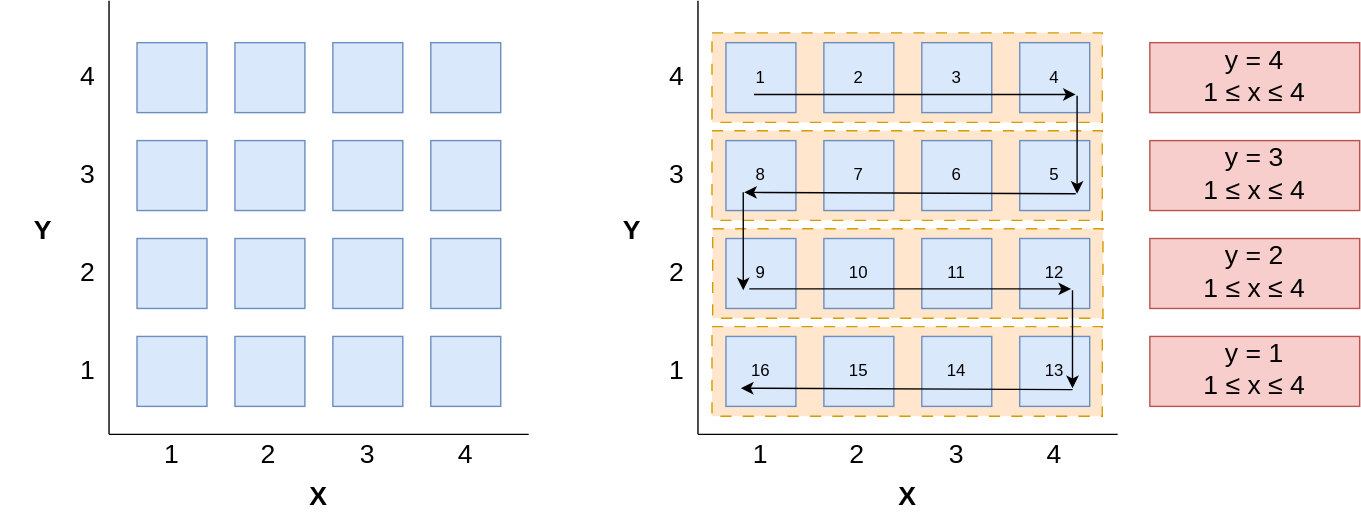
Earlier version of the draw.io export assets/posts/spatial-index/space-filling-trivial-details.svg (addu390/addu390.github.io). Source tidied: cells renumbered, new cells last; positions are measured from the earlier drawing's top-left corner, leaving out a move shared by most shapes.
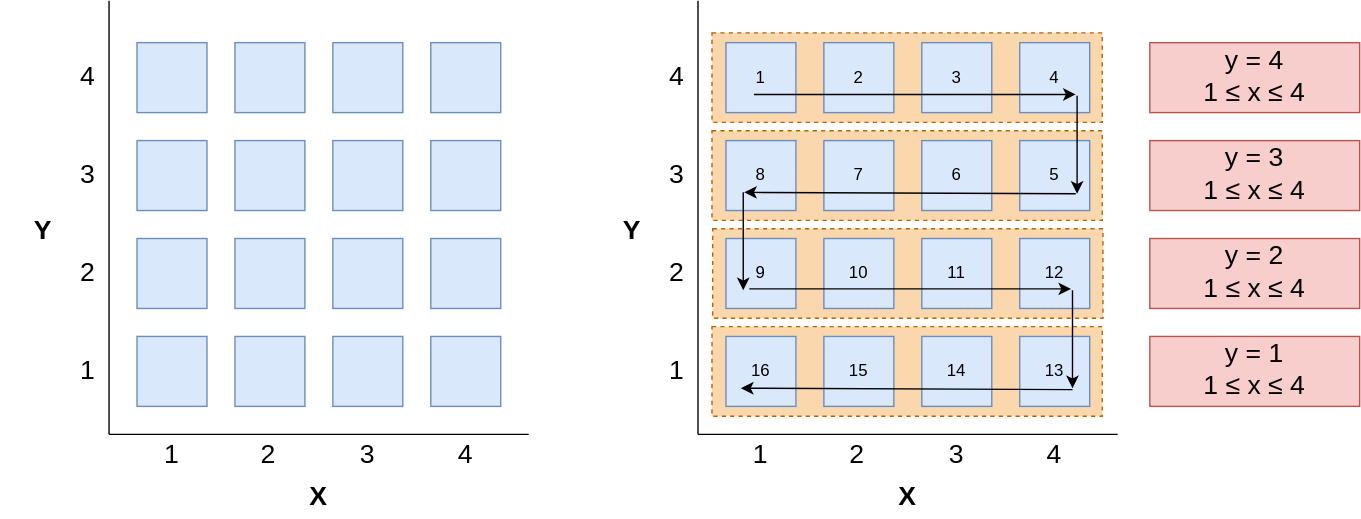
The same file after the commit.

The edit, as a diff of the source:
```diff
@@ -2,16 +2,16 @@
   <root>
     <mxCell id="0" />
     <mxCell id="1" parent="0" />
-    <mxCell id="2" style="rounded=0;whiteSpace=wrap;html=1;fillColor=#ffe6cc;strokeColor=#d79b00;dashed=1;dashPattern=8 8;" parent="1" vertex="1">
+    <mxCell id="2" style="rounded=0;whiteSpace=wrap;html=1;fillColor=#fad7ac;strokeColor=#b46504;dashed=1;" parent="1" vertex="1">
       <mxGeometry x="508" y="93" width="279" height="64" as="geometry" />
     </mxCell>
-    <mxCell id="3" style="rounded=0;whiteSpace=wrap;html=1;fillColor=#ffe6cc;strokeColor=#d79b00;dashed=1;dashPattern=8 8;" parent="1" vertex="1">
+    <mxCell id="3" style="rounded=0;whiteSpace=wrap;html=1;fillColor=#fad7ac;strokeColor=#b46504;dashed=1;" parent="1" vertex="1">
       <mxGeometry x="508.5" y="163" width="279" height="64" as="geometry" />
     </mxCell>
-    <mxCell id="4" style="rounded=0;whiteSpace=wrap;html=1;fillColor=#ffe6cc;strokeColor=#d79b00;dashed=1;dashPattern=8 8;" parent="1" vertex="1">
+    <mxCell id="4" style="rounded=0;whiteSpace=wrap;html=1;fillColor=#fad7ac;strokeColor=#b46504;dashed=1;" parent="1" vertex="1">
       <mxGeometry x="508" y="233" width="279" height="64" as="geometry" />
     </mxCell>
-    <mxCell id="5" style="rounded=0;whiteSpace=wrap;html=1;fillColor=#ffe6cc;strokeColor=#d79b00;dashed=1;dashPattern=8 8;" parent="1" vertex="1">
+    <mxCell id="5" style="rounded=0;whiteSpace=wrap;html=1;fillColor=#fad7ac;strokeColor=#b46504;dashed=1;" parent="1" vertex="1">
       <mxGeometry x="508" y="23" width="279" height="64" as="geometry" />
     </mxCell>
     <mxCell id="6" value="16" style="rounded=0;whiteSpace=wrap;html=1;fillColor=#dae8fc;strokeColor=#6c8ebf;" parent="1" vertex="1">
```
